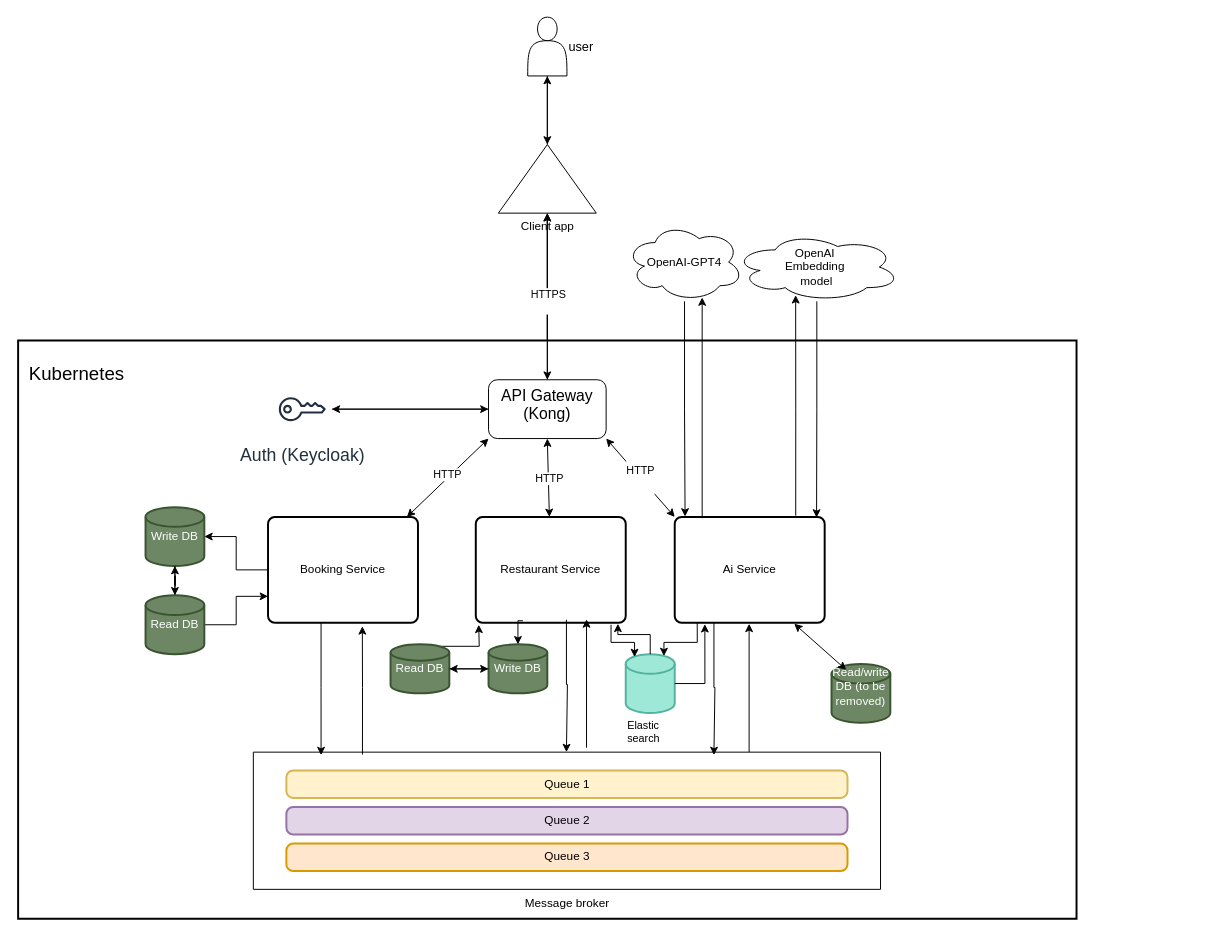
3rd-semester-sd/bachelor-project keeps this draw.io diagram as docs/design/microservice-arch.drawio. Above is the earlier version. Source tidied: cells renumbered, new cells numbered last; positions are measured from the earlier drawing's top-left corner, leaving out a move shared by most shapes. Both pictures are drawn from the tidied source at 98%, with x=0, y=0 at pixel (18, 17).
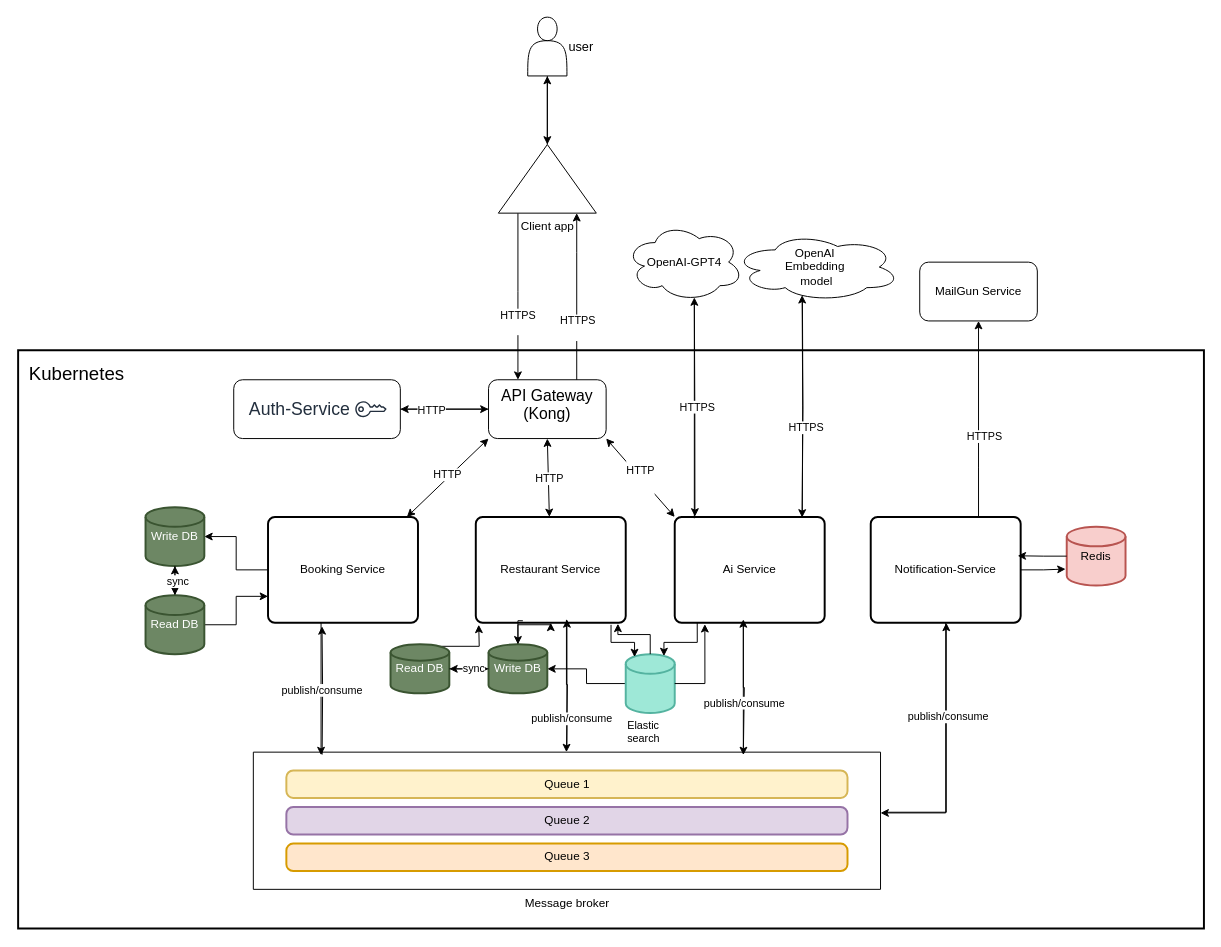
The same diagram, later.

Unchanged cells that the change refers to:
```xml
<mxCell id="7" value="Client app" style="verticalLabelPosition=bottom;verticalAlign=top;html=1;shape=mxgraph.basic.acute_triangle;dx=0.5;" parent="1" vertex="1">
  <mxGeometry x="490" y="130" width="100" height="70" as="geometry" />
</mxCell>
<mxCell id="10" value="&lt;font style=&quot;font-size: 16px;&quot;&gt;API Gateway (Kong)&lt;/font&gt;" style="rounded=1;whiteSpace=wrap;html=1;verticalAlign=top;" parent="1" vertex="1">
  <mxGeometry x="480" y="370" width="120" height="60" as="geometry" />
</mxCell>
<mxCell id="14" value="Booking Service" style="rounded=1;whiteSpace=wrap;html=1;absoluteArcSize=1;arcSize=14;strokeWidth=2;fillColor=none;" parent="1" vertex="1">
  <mxGeometry x="255" y="510" width="153" height="108" as="geometry" />
</mxCell>
<mxCell id="15" value="Restaurant Service" style="rounded=1;whiteSpace=wrap;html=1;absoluteArcSize=1;arcSize=14;strokeWidth=2;fillColor=none;" parent="1" vertex="1">
  <mxGeometry x="467" y="510" width="153" height="108" as="geometry" />
</mxCell>
<mxCell id="16" value="Ai Service" style="rounded=1;whiteSpace=wrap;html=1;absoluteArcSize=1;arcSize=14;strokeWidth=2;fillColor=none;" parent="1" vertex="1">
  <mxGeometry x="670" y="510" width="153" height="108" as="geometry" />
</mxCell>
<mxCell id="17" value="Elastic search" style="strokeWidth=2;html=1;shape=mxgraph.flowchart.database;whiteSpace=wrap;fillColor=#9EE8D7;labelPosition=center;verticalLabelPosition=bottom;align=left;verticalAlign=top;fontSize=11;labelBackgroundColor=default;strokeColor=#54B3A0;" parent="1" vertex="1">
  <mxGeometry x="620" y="650" width="50" height="60" as="geometry" />
</mxCell>
<mxCell id="18" value="OpenAI-GPT4" style="ellipse;shape=cloud;whiteSpace=wrap;html=1;" parent="1" vertex="1">
  <mxGeometry x="620" y="210" width="120" height="80" as="geometry" />
</mxCell>
<mxCell id="19" value="OpenAI&amp;nbsp;&lt;div&gt;Embedding&amp;nbsp;&lt;/div&gt;&lt;div&gt;model&lt;/div&gt;" style="ellipse;shape=cloud;whiteSpace=wrap;html=1;" parent="1" vertex="1">
  <mxGeometry x="730" y="220" width="170" height="70" as="geometry" />
</mxCell>
<mxCell id="25" value="Message broker" style="verticalLabelPosition=bottom;verticalAlign=top;html=1;shape=mxgraph.basic.rect;fillColor2=none;strokeWidth=1;size=20;indent=5;fillColor=none;" parent="24" vertex="1">
  <mxGeometry width="640" height="140" as="geometry" />
</mxCell>
<mxCell id="34" style="edgeStyle=orthogonalEdgeStyle;rounded=0;orthogonalLoop=1;jettySize=auto;html=1;entryX=0.108;entryY=0.022;entryDx=0;entryDy=0;entryPerimeter=0;" parent="1" edge="1">
  <mxGeometry relative="1" as="geometry">
    <mxPoint x="559.5" y="615" as="sourcePoint" />
    <mxPoint x="559.5" y="750" as="targetPoint" />
    <Array as="points">
      <mxPoint x="560.5" y="681" />
    </Array>
  </mxGeometry>
</mxCell>
<mxCell id="52" style="edgeStyle=orthogonalEdgeStyle;rounded=0;jettySize=auto;html=1;entryX=0.5;entryY=0;entryDx=0;entryDy=0;entryPerimeter=0;" parent="1" edge="1" source="51" target="37">
  <mxGeometry relative="1" as="geometry" />
</mxCell>
<mxCell id="55" value="Write DB" style="strokeWidth=2;html=1;shape=mxgraph.flowchart.database;whiteSpace=wrap;fillColor=#6d8764;strokeColor=#3A5431;fontColor=#ffffff;" parent="1" vertex="1">
  <mxGeometry x="480" y="640" width="60" height="50" as="geometry" />
</mxCell>
<mxCell id="57" style="edgeStyle=orthogonalEdgeStyle;rounded=0;jettySize=auto;html=1;entryX=0;entryY=0.5;entryDx=0;entryDy=0;entryPerimeter=0;" parent="1" edge="1" source="54" target="55">
  <mxGeometry relative="1" as="geometry" />
</mxCell>
```

What changed in the source:
```diff
@@
     <mxCell id="2" style="verticalLabelPosition=bottom;verticalAlign=top;html=1;shape=mxgraph.basic.rect;fillColor2=none;strokeWidth=2;size=20;indent=5;fillColor=none;" parent="1" vertex="1">
-      <mxGeometry y="330" width="1080" height="590" as="geometry" />
+      <mxGeometry y="340" width="1210" height="590" as="geometry" />
     </mxCell>
@@
+    <mxCell id="60" style="rounded=1;whiteSpace=wrap;html=1;" parent="1" vertex="1">
+      <mxGeometry x="220" y="370" width="170" height="60" as="geometry" />
+    </mxCell>
@@
     <mxCell id="5" style="edgeStyle=orthogonalEdgeStyle;rounded=0;jettySize=auto;html=1;" parent="1" edge="1" source="7" target="10">
-      <mxGeometry relative="1" as="geometry" />
+      <mxGeometry relative="1" as="geometry">
+        <Array as="points">
+          <mxPoint x="510" y="280" />
+          <mxPoint x="510" y="280" />
+        </Array>
+      </mxGeometry>
     </mxCell>
+    <mxCell id="61" value="HTTPS&lt;div&gt;&lt;br&gt;&lt;/div&gt;" style="edgeLabel;html=1;align=center;verticalAlign=middle;" parent="5" vertex="1">
+      <mxGeometry x="0.29" y="-1" relative="1" as="geometry" />
+    </mxCell>
@@
-    <mxCell id="8" style="edgeStyle=orthogonalEdgeStyle;rounded=0;jettySize=auto;html=1;" parent="1" edge="1" source="10" target="12">
-      <mxGeometry relative="1" as="geometry" />
+    <mxCell id="8" style="edgeStyle=orthogonalEdgeStyle;rounded=0;jettySize=auto;html=1;" parent="1" edge="1" source="10">
+      <mxGeometry relative="1" as="geometry">
+        <mxPoint x="390" y="400" as="targetPoint" />
+      </mxGeometry>
     </mxCell>
-    <mxCell id="9" style="edgeStyle=orthogonalEdgeStyle;rounded=0;jettySize=auto;html=1;" parent="1" edge="1" source="10" target="7">
-      <mxGeometry relative="1" as="geometry" />
-    </mxCell>
@@
-    <mxCell id="11" style="edgeStyle=orthogonalEdgeStyle;rounded=0;jettySize=auto;html=1;entryX=0;entryY=0.5;entryDx=0;entryDy=0;" parent="1" edge="1" source="12" target="10">
-      <mxGeometry relative="1" as="geometry" />
+    <mxCell id="11" style="edgeStyle=orthogonalEdgeStyle;rounded=0;orthogonalLoop=1;jettySize=auto;html=1;entryX=0;entryY=0.5;entryDx=0;entryDy=0;" parent="1" edge="1">
+      <mxGeometry relative="1" as="geometry">
+        <mxPoint x="390" y="400" as="sourcePoint" />
+        <mxPoint x="480" y="400" as="targetPoint" />
+      </mxGeometry>
     </mxCell>
-    <mxCell id="12" value="Auth (Keycloak)" style="sketch=0;outlineConnect=0;fontColor=#232F3E;gradientColor=none;strokeColor=#232F3E;fillColor=#ffffff;dashed=0;verticalLabelPosition=bottom;verticalAlign=top;align=center;html=1;fontSize=18;fontStyle=0;shape=mxgraph.aws4.resourceIcon;resIcon=mxgraph.aws4.addon;labelPosition=center;" parent="1" vertex="1">
-      <mxGeometry x="260" y="370" width="60" height="60" as="geometry" />
-    </mxCell>
+    <mxCell id="62" value="HTTP" style="edgeLabel;html=1;align=center;verticalAlign=middle;" parent="11" vertex="1">
+      <mxGeometry x="-0.28" relative="1" as="geometry">
+        <mxPoint x="-1" as="offset" />
+      </mxGeometry>
+    </mxCell>
@@
+    <mxCell id="63" style="edgeStyle=orthogonalEdgeStyle;rounded=0;jettySize=auto;html=1;" parent="1" edge="1" source="17" target="55">
+      <mxGeometry relative="1" as="geometry" />
+    </mxCell>
@@
-    <mxCell id="20" style="edgeStyle=orthogonalEdgeStyle;rounded=0;jettySize=auto;html=1;entryX=0.069;entryY=-0.004;entryDx=0;entryDy=0;entryPerimeter=0;" parent="1" edge="1" source="18" target="16">
-      <mxGeometry relative="1" as="geometry" />
+    <mxCell id="20" style="edgeStyle=orthogonalEdgeStyle;rounded=0;orthogonalLoop=1;jettySize=auto;html=1;entryX=0.069;entryY=-0.004;entryDx=0;entryDy=0;entryPerimeter=0;" parent="1" edge="1">
+      <mxGeometry relative="1" as="geometry">
+        <mxPoint x="690" y="290" as="sourcePoint" />
+        <mxPoint x="690.6" y="509.6" as="targetPoint" />
+      </mxGeometry>
     </mxCell>
-    <mxCell id="21" style="edgeStyle=orthogonalEdgeStyle;rounded=0;jettySize=auto;html=1;entryX=0.65;entryY=0.95;entryDx=0;entryDy=0;entryPerimeter=0;exitX=0.183;exitY=0.012;exitDx=0;exitDy=0;exitPerimeter=0;" parent="1" edge="1" source="16" target="18">
-      <mxGeometry relative="1" as="geometry" />
+    <mxCell id="21" style="edgeStyle=orthogonalEdgeStyle;rounded=0;orthogonalLoop=1;jettySize=auto;html=1;entryX=0.65;entryY=0.95;entryDx=0;entryDy=0;entryPerimeter=0;exitX=0.183;exitY=0.012;exitDx=0;exitDy=0;exitPerimeter=0;" parent="1" edge="1">
+      <mxGeometry relative="1" as="geometry">
+        <mxPoint x="690" y="511.3" as="sourcePoint" />
+        <mxPoint x="690" y="286" as="targetPoint" />
+      </mxGeometry>
     </mxCell>
+    <mxCell id="64" value="HTTPS" style="edgeLabel;html=1;align=center;verticalAlign=middle;" parent="21" vertex="1">
+      <mxGeometry x="0.01" y="-2" relative="1" as="geometry" />
+    </mxCell>
-    <mxCell id="22" style="edgeStyle=orthogonalEdgeStyle;rounded=0;jettySize=auto;html=1;entryX=0.946;entryY=0.006;entryDx=0;entryDy=0;entryPerimeter=0;" parent="1" edge="1" source="19" target="16">
-      <mxGeometry relative="1" as="geometry" />
+    <mxCell id="22" style="edgeStyle=orthogonalEdgeStyle;rounded=0;orthogonalLoop=1;jettySize=auto;html=1;entryX=0.946;entryY=0.006;entryDx=0;entryDy=0;entryPerimeter=0;" parent="1" edge="1">
+      <mxGeometry relative="1" as="geometry">
+        <mxPoint x="800.3" y="290" as="sourcePoint" />
+        <mxPoint x="800" y="510.6" as="targetPoint" />
+      </mxGeometry>
     </mxCell>
-    <mxCell id="23" style="edgeStyle=orthogonalEdgeStyle;rounded=0;jettySize=auto;html=1;entryX=0.373;entryY=0.91;entryDx=0;entryDy=0;entryPerimeter=0;exitX=0.807;exitY=-0.012;exitDx=0;exitDy=0;exitPerimeter=0;" parent="1" edge="1" source="16" target="19">
-      <mxGeometry relative="1" as="geometry" />
+    <mxCell id="23" style="edgeStyle=orthogonalEdgeStyle;rounded=0;orthogonalLoop=1;jettySize=auto;html=1;entryX=0.373;entryY=0.91;entryDx=0;entryDy=0;entryPerimeter=0;exitX=0.807;exitY=-0.012;exitDx=0;exitDy=0;exitPerimeter=0;" parent="1" edge="1">
+      <mxGeometry relative="1" as="geometry">
+        <mxPoint x="800.1" y="508.7" as="sourcePoint" />
+        <mxPoint x="800" y="283.7" as="targetPoint" />
+      </mxGeometry>
     </mxCell>
+    <mxCell id="65" value="HTTPS" style="edgeLabel;html=1;align=center;verticalAlign=middle;" parent="23" vertex="1">
+      <mxGeometry x="-0.2" y="-3" relative="1" as="geometry" />
+    </mxCell>
@@
-    <mxCell id="30" style="edgeStyle=orthogonalEdgeStyle;rounded=0;jettySize=auto;html=1;entryX=0.629;entryY=1.033;entryDx=0;entryDy=0;entryPerimeter=0;exitX=0.174;exitY=0.018;exitDx=0;exitDy=0;exitPerimeter=0;" parent="1" edge="1" source="25" target="14">
-      <mxGeometry relative="1" as="geometry" />
+    <mxCell id="30" style="edgeStyle=orthogonalEdgeStyle;rounded=0;orthogonalLoop=1;jettySize=auto;html=1;entryX=0.629;entryY=1.033;entryDx=0;entryDy=0;entryPerimeter=0;exitX=0.174;exitY=0.018;exitDx=0;exitDy=0;exitPerimeter=0;" parent="1" edge="1">
+      <mxGeometry relative="1" as="geometry">
+        <mxPoint x="310.2" y="752.5" as="sourcePoint" />
+        <mxPoint x="310.1" y="621.6" as="targetPoint" />
+      </mxGeometry>
     </mxCell>
+    <mxCell id="66" value="publish/consume" style="edgeLabel;html=1;align=center;verticalAlign=middle;" parent="30" vertex="1">
+      <mxGeometry x="0.01" y="1" relative="1" as="geometry" />
+    </mxCell>
     <mxCell id="31" style="edgeStyle=orthogonalEdgeStyle;rounded=0;orthogonalLoop=1;jettySize=auto;html=1;entryX=0.629;entryY=1.033;entryDx=0;entryDy=0;entryPerimeter=0;exitX=0.174;exitY=0.018;exitDx=0;exitDy=0;exitPerimeter=0;" parent="1" edge="1">
       <mxGeometry relative="1" as="geometry">
-        <mxPoint x="580" y="745.5" as="sourcePoint" />
-        <mxPoint x="580" y="614.5" as="targetPoint" />
+        <mxPoint x="560" y="745.5" as="sourcePoint" />
+        <mxPoint x="560" y="614.5" as="targetPoint" />
       </mxGeometry>
     </mxCell>
     <mxCell id="32" style="edgeStyle=orthogonalEdgeStyle;rounded=0;orthogonalLoop=1;jettySize=auto;html=1;entryX=0.629;entryY=1.033;entryDx=0;entryDy=0;entryPerimeter=0;exitX=0.174;exitY=0.018;exitDx=0;exitDy=0;exitPerimeter=0;" parent="1" edge="1">
       <mxGeometry relative="1" as="geometry">
-        <mxPoint x="745.9" y="750" as="sourcePoint" />
-        <mxPoint x="745.9" y="619" as="targetPoint" />
+        <mxPoint x="740" y="745.5" as="sourcePoint" />
+        <mxPoint x="740" y="614.5" as="targetPoint" />
       </mxGeometry>
     </mxCell>
     <mxCell id="33" style="edgeStyle=orthogonalEdgeStyle;rounded=0;orthogonalLoop=1;jettySize=auto;html=1;entryX=0.108;entryY=0.022;entryDx=0;entryDy=0;entryPerimeter=0;" parent="1" edge="1">
       <mxGeometry relative="1" as="geometry">
-        <mxPoint x="710" y="618" as="sourcePoint" />
-        <mxPoint x="710" y="753" as="targetPoint" />
+        <mxPoint x="740" y="618" as="sourcePoint" />
+        <mxPoint x="740" y="753" as="targetPoint" />
         <Array as="points">
-          <mxPoint x="711" y="684" />
+          <mxPoint x="741" y="684" />
         </Array>
       </mxGeometry>
     </mxCell>
+    <mxCell id="67" value="publish/consume" style="edgeLabel;html=1;align=center;verticalAlign=middle;" parent="33" vertex="1">
+      <mxGeometry x="0.22" relative="1" as="geometry" />
+    </mxCell>
@@
+    <mxCell id="68" value="publish/consume" style="edgeLabel;html=1;align=center;verticalAlign=middle;" parent="34" vertex="1">
+      <mxGeometry x="0.48" y="4" relative="1" as="geometry" />
+    </mxCell>
@@
-    <mxCell id="38" value="Read/write DB (to be removed)&lt;div&gt;&lt;br&gt;&lt;/div&gt;" style="strokeWidth=2;html=1;shape=mxgraph.flowchart.database;whiteSpace=wrap;fillColor=#6d8764;strokeColor=#3A5431;fontColor=#ffffff;" parent="1" vertex="1">
-      <mxGeometry x="830" y="660" width="60" height="60" as="geometry" />
-    </mxCell>
-    <mxCell id="39" style="endArrow=classic;startArrow=classic;html=1;rounded=0;exitX=0.25;exitY=0.1;exitDx=0;exitDy=0;exitPerimeter=0;entryX=0.797;entryY=1.009;entryDx=0;entryDy=0;entryPerimeter=0;" parent="1" edge="1" source="38" target="16">
-      <mxGeometry relative="1" as="geometry" />
-    </mxCell>
@@
-    <mxCell id="45" style="edgeStyle=orthogonalEdgeStyle;rounded=0;jettySize=auto;html=1;" parent="1" edge="1" source="2" target="7">
-      <mxGeometry relative="1" as="geometry" />
+    <mxCell id="45" style="edgeStyle=orthogonalEdgeStyle;rounded=0;jettySize=auto;html=1;exitX=0.75;exitY=0;exitDx=0;exitDy=0;" parent="1" edge="1" source="10" target="7">
+      <mxGeometry relative="1" as="geometry">
+        <Array as="points">
+          <mxPoint x="570" y="240" />
+          <mxPoint x="570" y="240" />
+        </Array>
+      </mxGeometry>
     </mxCell>
@@
+    <mxCell id="69" value="sync" style="edgeLabel;html=1;align=center;verticalAlign=middle;" parent="52" vertex="1">
+      <mxGeometry x="0.41" y="2" relative="1" as="geometry" />
+    </mxCell>
@@
+    <mxCell id="70" style="edgeStyle=orthogonalEdgeStyle;rounded=0;jettySize=auto;html=1;" parent="1" edge="1" source="55" target="15">
+      <mxGeometry relative="1" as="geometry" />
+    </mxCell>
@@
+    <mxCell id="71" value="sync" style="edgeLabel;html=1;align=center;verticalAlign=middle;" parent="57" vertex="1">
+      <mxGeometry x="0.18" y="1" relative="1" as="geometry" />
+    </mxCell>
@@
+    <mxCell id="12" value="Auth-Service" style="sketch=0;outlineConnect=0;fontColor=#232F3E;gradientColor=none;strokeColor=#232F3E;fillColor=#ffffff;dashed=0;verticalLabelPosition=middle;verticalAlign=middle;align=right;html=1;fontSize=18;fontStyle=0;shape=mxgraph.aws4.resourceIcon;resIcon=mxgraph.aws4.addon;labelPosition=left;" parent="1" vertex="1">
+      <mxGeometry x="340" y="380" width="40" height="40" as="geometry" />
+    </mxCell>
+    <mxCell id="72" style="edgeStyle=orthogonalEdgeStyle;rounded=0;jettySize=auto;html=1;" parent="1" edge="1" source="74" target="81">
+      <mxGeometry relative="1" as="geometry">
+        <Array as="points">
+          <mxPoint x="980" y="460" />
+          <mxPoint x="980" y="460" />
+        </Array>
+      </mxGeometry>
+    </mxCell>
+    <mxCell id="73" value="HTTPS" style="edgeLabel;html=1;align=center;verticalAlign=middle;" parent="72" vertex="1">
+      <mxGeometry x="-0.18" y="-5" relative="1" as="geometry">
+        <mxPoint y="-1" as="offset" />
+      </mxGeometry>
+    </mxCell>
+    <mxCell id="74" value="Notification-Service" style="rounded=1;whiteSpace=wrap;html=1;absoluteArcSize=1;arcSize=14;strokeWidth=2;fillColor=none;" parent="1" vertex="1">
+      <mxGeometry x="870" y="510" width="153" height="108" as="geometry" />
+    </mxCell>
+    <mxCell id="75" value="&lt;div&gt;Redis&lt;/div&gt;" style="strokeWidth=2;html=1;shape=mxgraph.flowchart.database;whiteSpace=wrap;fillColor=#f8cecc;strokeColor=#b85450;" parent="1" vertex="1">
+      <mxGeometry x="1070" y="520" width="60" height="60" as="geometry" />
+    </mxCell>
+    <mxCell id="76" style="edgeStyle=orthogonalEdgeStyle;rounded=0;jettySize=auto;html=1;entryX=0.98;entryY=0.367;entryDx=0;entryDy=0;entryPerimeter=0;" parent="1" edge="1" source="75" target="74">
+      <mxGeometry relative="1" as="geometry" />
+    </mxCell>
+    <mxCell id="77" style="edgeStyle=orthogonalEdgeStyle;rounded=0;jettySize=auto;html=1;entryX=-0.02;entryY=0.72;entryDx=0;entryDy=0;entryPerimeter=0;" parent="1" edge="1" source="74" target="75">
+      <mxGeometry relative="1" as="geometry" />
+    </mxCell>
+    <mxCell id="78" style="edgeStyle=orthogonalEdgeStyle;rounded=0;jettySize=auto;html=1;entryX=1;entryY=0.443;entryDx=0;entryDy=0;entryPerimeter=0;" parent="1" edge="1" source="74" target="25">
+      <mxGeometry relative="1" as="geometry" />
+    </mxCell>
+    <mxCell id="79" style="edgeStyle=orthogonalEdgeStyle;rounded=0;jettySize=auto;html=1;exitX=1.007;exitY=0.438;exitDx=0;exitDy=0;exitPerimeter=0;" parent="1" edge="1" source="25">
+      <mxGeometry relative="1" as="geometry">
+        <mxPoint x="947.1" y="618" as="targetPoint" />
+        <Array as="points">
+          <mxPoint x="947" y="811" />
+        </Array>
+      </mxGeometry>
+    </mxCell>
+    <mxCell id="80" value="publish/consume" style="edgeLabel;html=1;align=center;verticalAlign=middle;" parent="79" vertex="1">
+      <mxGeometry x="0.25" y="-1" relative="1" as="geometry" />
+    </mxCell>
+    <mxCell id="81" value="MailGun Service" style="rounded=1;whiteSpace=wrap;html=1;" parent="1" vertex="1">
+      <mxGeometry x="920" y="250" width="120" height="60" as="geometry" />
+    </mxCell>
```
